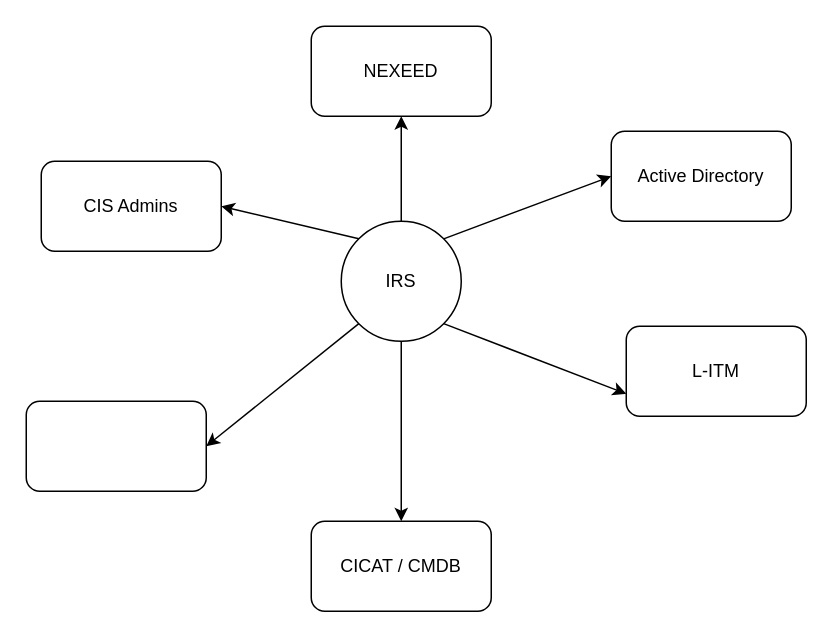
The draw.io diagram CIS4ITM_IRS System Context .drawio in sandeepshenoyh/MyCode, before the edit. Source tidied: cells renumbered, new cells numbered last; positions are measured from the earlier drawing's top-left corner, leaving out a move shared by most shapes. Both pictures are drawn from the tidied source at 150%, with x=0, y=0 at pixel (26, 26).
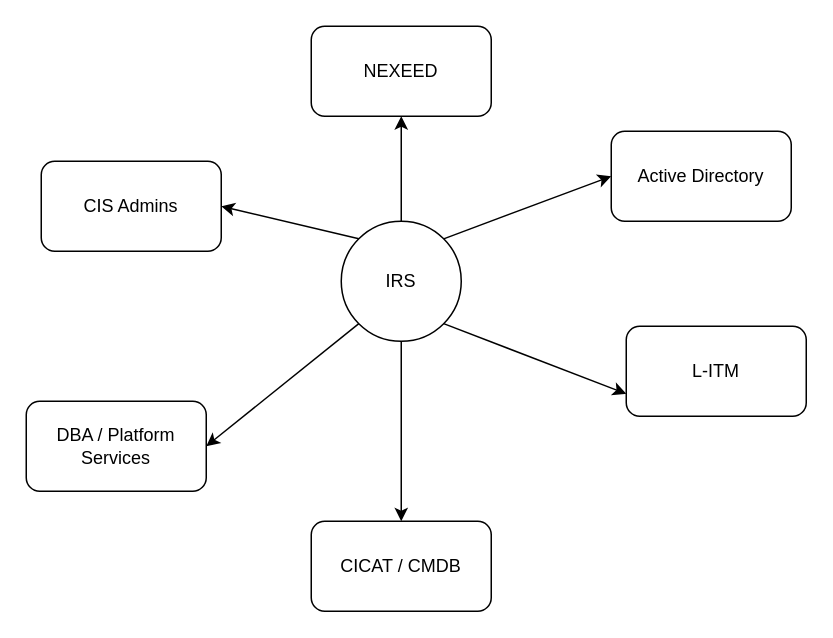
The same page after the edit.

The edit, as a diff of the source:
```diff
@@
 <mxGraphModel>
   <root>
     <mxCell id="0" />
     <mxCell id="1" parent="0" />
     <mxCell id="2" value="IRS" style="ellipse;whiteSpace=wrap;html=1;" parent="1" vertex="1">
       <mxGeometry x="210" y="130" width="80" height="80" as="geometry" />
     </mxCell>
     <mxCell id="3" value="NEXEED" style="rounded=1;whiteSpace=wrap;html=1;" parent="1" vertex="1">
       <mxGeometry x="190" width="120" height="60" as="geometry" />
     </mxCell>
     <mxCell id="4" value="Active Directory" style="rounded=1;whiteSpace=wrap;html=1;" parent="1" vertex="1">
       <mxGeometry x="390" y="70" width="120" height="60" as="geometry" />
     </mxCell>
     <mxCell id="5" value="L-ITM" style="rounded=1;whiteSpace=wrap;html=1;" parent="1" vertex="1">
       <mxGeometry x="400" y="200" width="120" height="60" as="geometry" />
     </mxCell>
     <mxCell id="6" value="CICAT / CMDB" style="rounded=1;whiteSpace=wrap;html=1;" parent="1" vertex="1">
       <mxGeometry x="190" y="330" width="120" height="60" as="geometry" />
     </mxCell>
     <mxCell id="7" value="CIS Admins" style="rounded=1;whiteSpace=wrap;html=1;" parent="1" vertex="1">
       <mxGeometry x="10" y="90" width="120" height="60" as="geometry" />
     </mxCell>
-    <mxCell id="8" style="rounded=1;whiteSpace=wrap;html=1;" parent="1" vertex="1">
+    <mxCell id="8" value="DBA / Platform Services" style="rounded=1;whiteSpace=wrap;html=1;" parent="1" vertex="1">
       <mxGeometry y="250" width="120" height="60" as="geometry" />
     </mxCell>
     <mxCell id="9" style="endArrow=classic;html=1;rounded=0;" parent="1" edge="1" source="2">
       <mxGeometry relative="1" as="geometry">
         <mxPoint x="250" y="60" as="targetPoint" />
       </mxGeometry>
     </mxCell>
     <mxCell id="10" style="endArrow=classic;html=1;rounded=0;entryX=0;entryY=0.5;entryDx=0;entryDy=0;exitX=1;exitY=0;exitDx=0;exitDy=0;" parent="1" edge="1" source="2" target="4">
       <mxGeometry relative="1" as="geometry" />
     </mxCell>
     <mxCell id="11" style="endArrow=classic;html=1;rounded=0;exitX=1;exitY=1;exitDx=0;exitDy=0;entryX=0;entryY=0.75;entryDx=0;entryDy=0;" parent="1" edge="1" source="2" target="5">
       <mxGeometry relative="1" as="geometry" />
     </mxCell>
     <mxCell id="12" style="endArrow=classic;html=1;rounded=0;exitX=0.5;exitY=1;exitDx=0;exitDy=0;entryX=0.5;entryY=0;entryDx=0;entryDy=0;" parent="1" edge="1" source="2" target="6">
       <mxGeometry relative="1" as="geometry" />
     </mxCell>
     <mxCell id="13" style="endArrow=classic;html=1;rounded=0;exitX=0;exitY=1;exitDx=0;exitDy=0;entryX=1;entryY=0.5;entryDx=0;entryDy=0;" parent="1" edge="1" source="2" target="8">
       <mxGeometry relative="1" as="geometry" />
     </mxCell>
     <mxCell id="14" style="endArrow=classic;html=1;rounded=0;entryX=1;entryY=0.5;entryDx=0;entryDy=0;exitX=0;exitY=0;exitDx=0;exitDy=0;" parent="1" edge="1" source="2" target="7">
       <mxGeometry relative="1" as="geometry" />
     </mxCell>
   </root>
 </mxGraphModel>
```
